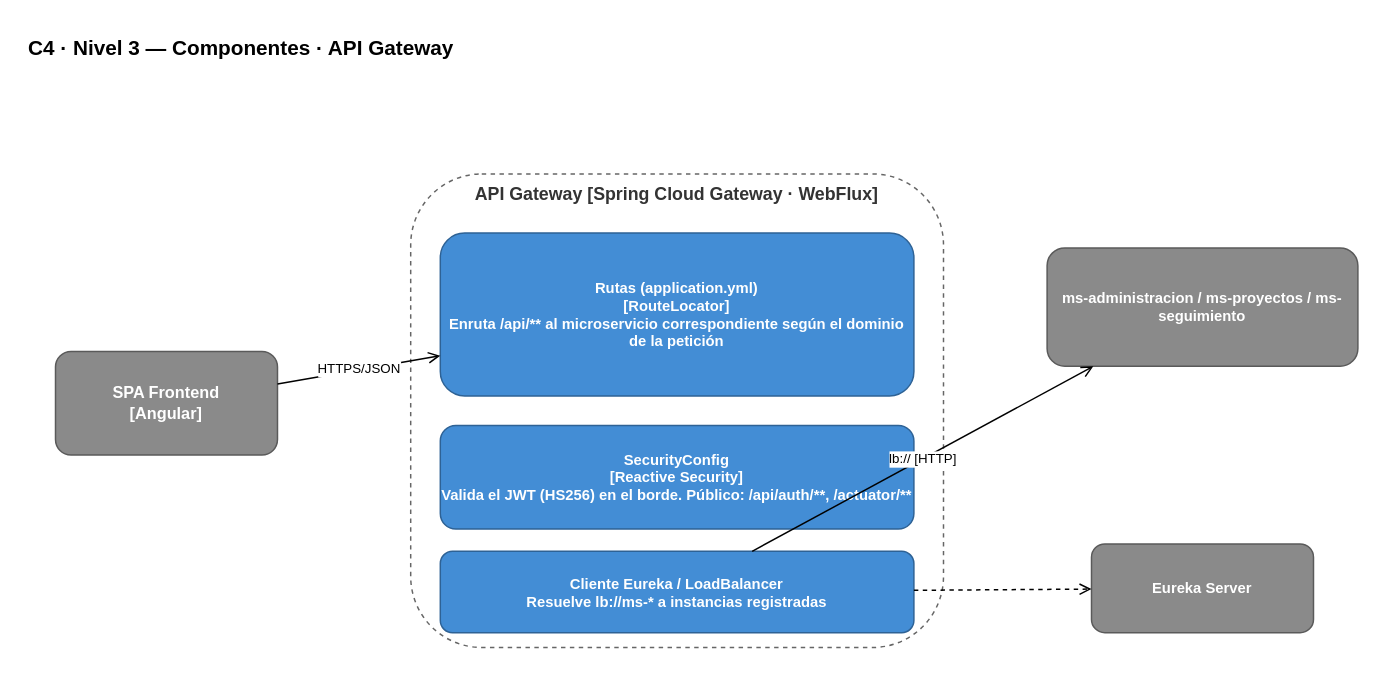
Earlier version of the draw.io diagram page "3. Comp · API Gateway" (3 of 7) of Docs/C4_Model/SPSRT_C4.drawio (tfm-missi-2026/orquestacion). Source tidied: cells renumbered, new cells numbered last; positions are measured from the earlier drawing's top-left corner, leaving out a move shared by most shapes. Both pictures are drawn from the tidied source at 148%, with x=0, y=0 at pixel (25, 25).
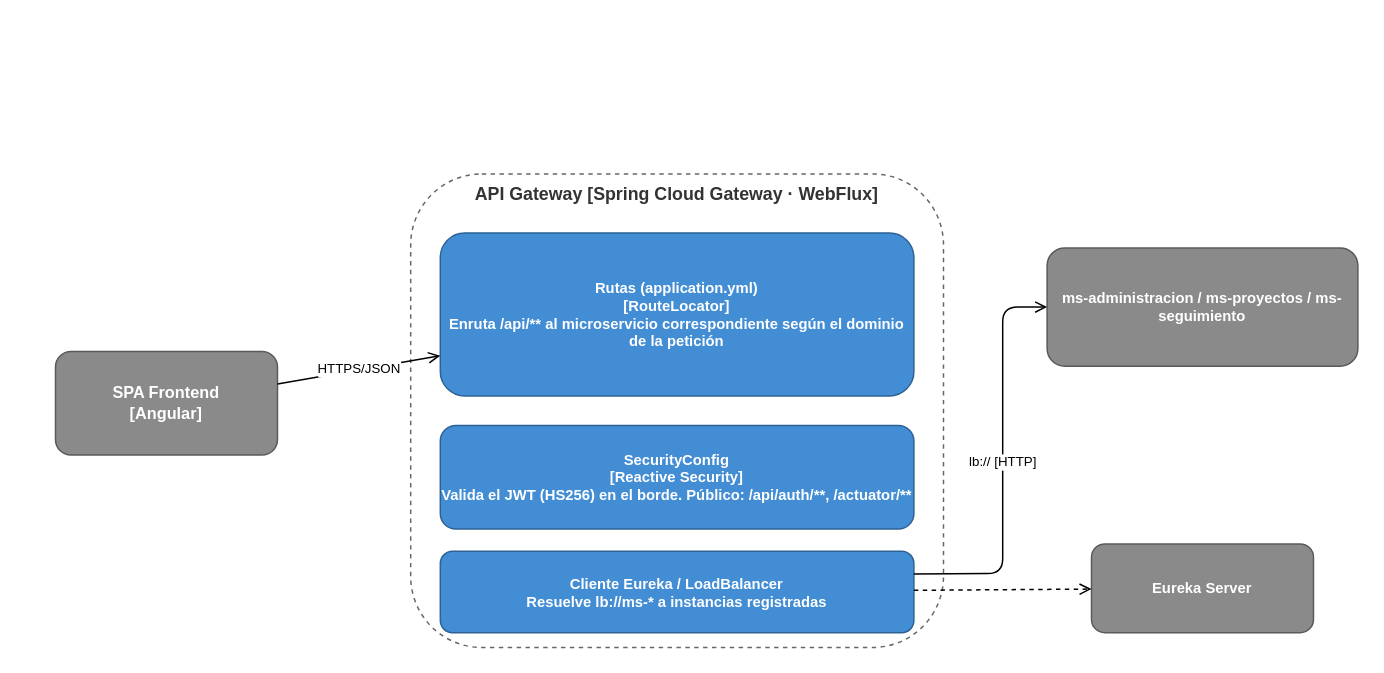
After the change.

Diff of the diagram source:
```diff
@@
 <mxGraphModel>
   <root>
     <mxCell id="0" />
     <mxCell id="1" parent="0" />
-    <mxCell id="2" value="C4 · Nivel 3 — Componentes · API Gateway" style="text;html=1;strokeColor=none;fillColor=none;align=left;fontStyle=1;fontSize=14;" parent="1" vertex="1">
-      <mxGeometry width="500" height="24" as="geometry" />
-    </mxCell>
     <mxCell id="3" value="SPA Frontend&lt;br&gt;[Angular]" style="rounded=1;whiteSpace=wrap;html=1;fillColor=#8A8A8A;strokeColor=#5A5A5A;fontColor=#FFFFFF;fontStyle=1;fontSize=11;" parent="1" vertex="1">
       <mxGeometry x="20" y="220" width="150" height="70" as="geometry" />
     </mxCell>
     <mxCell id="4" value="API Gateway [Spring Cloud Gateway · WebFlux]" style="rounded=1;whiteSpace=wrap;html=1;dashed=1;fillColor=none;strokeColor=#666;verticalAlign=top;fontSize=12;fontStyle=1;fontColor=#333;" parent="1" vertex="1">
       <mxGeometry x="260" y="100" width="360" height="320" as="geometry" />
     </mxCell>
     <mxCell id="5" value="Rutas (application.yml)&lt;br&gt;[RouteLocator]&lt;br&gt;Enruta /api/** al microservicio correspondiente según el dominio de la petición" style="rounded=1;whiteSpace=wrap;html=1;fillColor=#438DD5;strokeColor=#2E6295;fontColor=#FFFFFF;fontStyle=1;fontSize=10;" parent="1" vertex="1">
       <mxGeometry x="280" y="140" width="320" height="110" as="geometry" />
     </mxCell>
     <mxCell id="6" value="SecurityConfig&lt;br&gt;[Reactive Security]&lt;br&gt;Valida el JWT (HS256) en el borde. Público: /api/auth/**, /actuator/**" style="rounded=1;whiteSpace=wrap;html=1;fillColor=#438DD5;strokeColor=#2E6295;fontColor=#FFFFFF;fontStyle=1;fontSize=10;" parent="1" vertex="1">
       <mxGeometry x="280" y="270" width="320" height="70" as="geometry" />
     </mxCell>
     <mxCell id="7" value="Cliente Eureka / LoadBalancer&lt;br&gt;Resuelve lb://ms-* a instancias registradas" style="rounded=1;whiteSpace=wrap;html=1;fillColor=#438DD5;strokeColor=#2E6295;fontColor=#FFFFFF;fontStyle=1;fontSize=10;" parent="1" vertex="1">
       <mxGeometry x="280" y="355" width="320" height="55" as="geometry" />
     </mxCell>
     <mxCell id="8" value="ms-administracion / ms-proyectos / ms-seguimiento" style="rounded=1;whiteSpace=wrap;html=1;fillColor=#8A8A8A;strokeColor=#5A5A5A;fontColor=#FFFFFF;fontStyle=1;fontSize=10;" parent="1" vertex="1">
       <mxGeometry x="690" y="150" width="210" height="80" as="geometry" />
     </mxCell>
     <mxCell id="9" value="Eureka Server" style="rounded=1;whiteSpace=wrap;html=1;fillColor=#8A8A8A;strokeColor=#5A5A5A;fontColor=#FFFFFF;fontStyle=1;fontSize=10;" parent="1" vertex="1">
       <mxGeometry x="720" y="350" width="150" height="60" as="geometry" />
     </mxCell>
     <mxCell id="10" value="HTTPS/JSON" style="endArrow=open;html=1;fontSize=9;" parent="1" edge="1" source="3" target="5">
       <mxGeometry relative="1" as="geometry" />
     </mxCell>
-    <mxCell id="11" value="lb:// [HTTP]" style="endArrow=open;html=1;fontSize=9;" parent="1" edge="1" source="7" target="8">
-      <mxGeometry relative="1" as="geometry" />
+    <mxCell id="11" value="lb:// [HTTP]" style="endArrow=open;html=1;fontSize=9;entryX=0;entryY=0.5;entryDx=0;entryDy=0;" parent="1" edge="1" target="8">
+      <mxGeometry relative="1" as="geometry">
+        <mxPoint x="600" y="370.4" as="sourcePoint" />
+        <Array as="points">
+          <mxPoint x="660" y="370" />
+          <mxPoint x="660" y="259.6" />
+          <mxPoint x="660" y="190" />
+        </Array>
+      </mxGeometry>
     </mxCell>
     <mxCell id="12" style="endArrow=open;html=1;fontSize=9;dashed=1;" parent="1" edge="1" source="7" target="9">
       <mxGeometry relative="1" as="geometry" />
     </mxCell>
   </root>
 </mxGraphModel>
```
